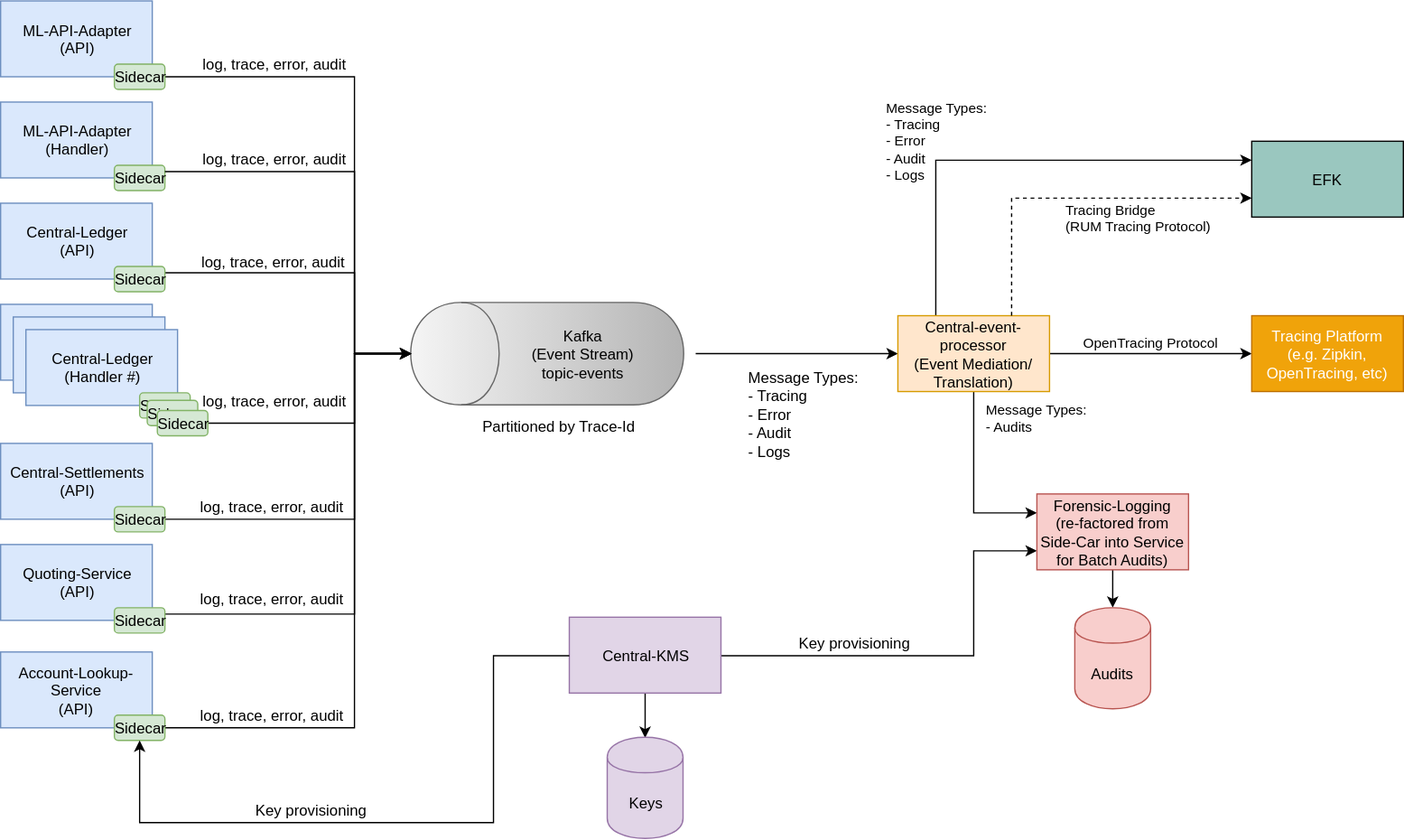
Before: mojaloop-technical-overview/event-framework/assets/diagrams/architecture/architecture-event-framework.svg, a diagram exported from draw.io (mojaloop/documentation). Source tidied: cells renumbered, new cells last; positions are measured from the earlier drawing's top-left corner, leaving out a move shared by most shapes.
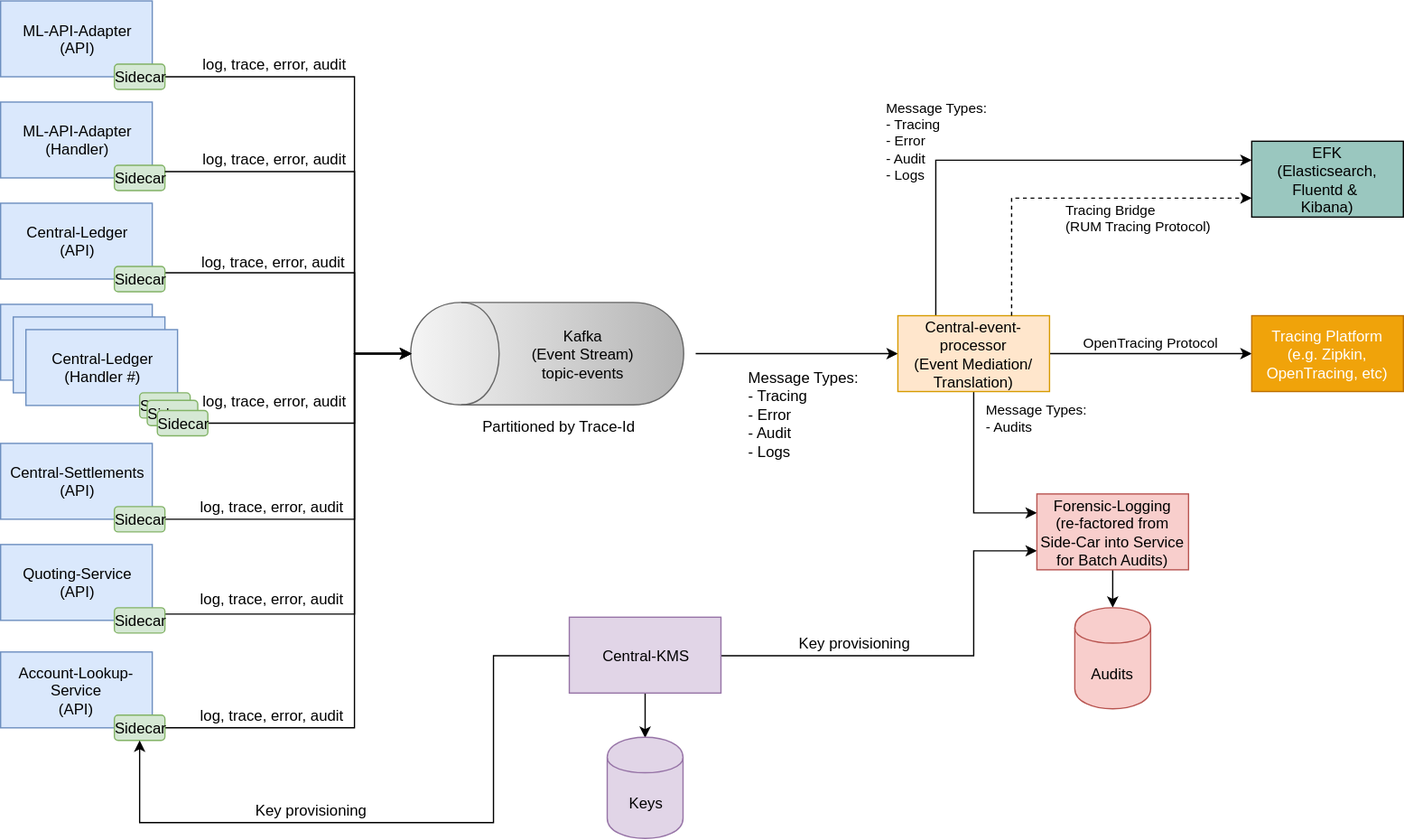
Above is the later version.

Commit message:
Updated event framework arch

The edit, as a diff of the source:
```diff
@@ -158,7 +158,7 @@
         <mxPoint x="550" y="279" as="sourcePoint" />
       </mxGeometry>
     </mxCell>
-    <mxCell id="37" value="EFK&lt;br&gt;" style="rounded=0;whiteSpace=wrap;html=1;fillColor=#9AC7BF;" parent="1" vertex="1">
+    <mxCell id="37" value="EFK&lt;br&gt;(Elasticsearch, Fluentd &amp;amp;&amp;nbsp;&lt;br&gt;Kibana)&lt;br&gt;" style="rounded=0;whiteSpace=wrap;html=1;fillColor=#9AC7BF;" parent="1" vertex="1">
       <mxGeometry x="990" y="111" width="120" height="60" as="geometry" />
     </mxCell>
     <mxCell id="38" style="edgeStyle=orthogonalEdgeStyle;rounded=0;jettySize=auto;html=1;" parent="1" edge="1" source="40" target="43">
```
